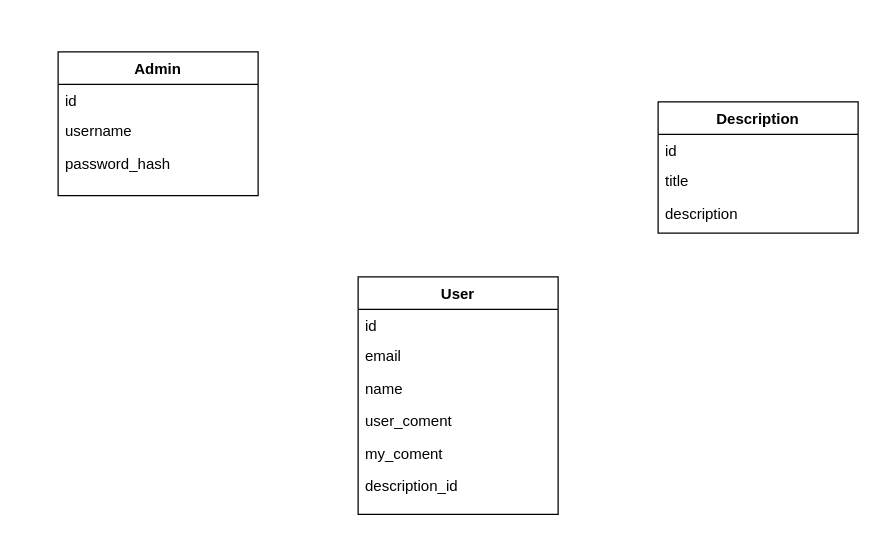
Before: Untitled Diagram.drawio in chikundant/AdminPanelFreelance, a draw.io diagram. Source tidied: cells renumbered, new cells numbered last; positions are measured from the earlier drawing's top-left corner, leaving out a move shared by most shapes. Both pictures are drawn from the tidied source at 125%, with x=0, y=0 at pixel (58, 51).
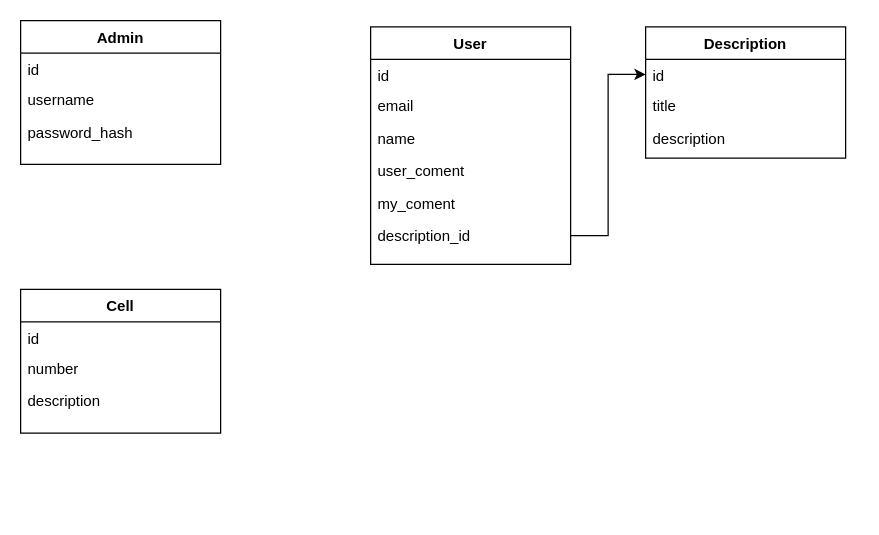
Above is the later version.

Unchanged cells that the change refers to:
```xml
<mxCell id="12" value="description_id" style="text;align=left;verticalAlign=top;spacingLeft=4;spacingRight=4;overflow=hidden;points=[[0,0.5],[1,0.5]];portConstraint=eastwest;" parent="6" vertex="1">
  <mxGeometry y="154" width="160" height="26" as="geometry" />
</mxCell>
<mxCell id="14" value="id" style="text;align=left;verticalAlign=top;spacingLeft=4;spacingRight=4;overflow=hidden;points=[[0,0.5],[1,0.5]];portConstraint=eastwest;" parent="13" vertex="1">
  <mxGeometry y="26" width="160" height="24" as="geometry" />
</mxCell>
```

Change to the diagram source:
```diff
@@
     <mxCell id="2" value="Admin" style="swimlane;fontStyle=1;align=center;verticalAlign=top;horizontal=1;startSize=26;rounded=0;shadow=0;strokeWidth=1;" parent="1" vertex="1">
-      <mxGeometry width="160" height="115" as="geometry" />
+      <mxGeometry x="-30" y="-25" width="160" height="115" as="geometry" />
     </mxCell>
@@
     <mxCell id="6" value="User" style="swimlane;fontStyle=1;align=center;verticalAlign=top;horizontal=1;startSize=26;rounded=0;shadow=0;strokeWidth=1;" parent="1" vertex="1">
-      <mxGeometry x="240" y="180" width="160" height="190" as="geometry" />
+      <mxGeometry x="250" y="-20" width="160" height="190" as="geometry" />
     </mxCell>
@@
     <mxCell id="13" value="Description" style="swimlane;fontStyle=1;align=center;verticalAlign=top;horizontal=1;startSize=26;rounded=0;shadow=0;strokeWidth=1;" parent="1" vertex="1">
-      <mxGeometry x="480" y="40" width="160" height="105" as="geometry" />
+      <mxGeometry x="470" y="-20" width="160" height="105" as="geometry" />
     </mxCell>
@@
+    <mxCell id="17" style="edgeStyle=orthogonalEdgeStyle;rounded=0;jettySize=auto;html=1;entryX=0;entryY=0.5;entryDx=0;entryDy=0;" parent="1" edge="1" source="12" target="14">
+      <mxGeometry relative="1" as="geometry" />
+    </mxCell>
+    <mxCell id="18" value="Cell" style="swimlane;fontStyle=1;align=center;verticalAlign=top;horizontal=1;startSize=26;rounded=0;shadow=0;strokeWidth=1;" parent="1" vertex="1">
+      <mxGeometry x="-30" y="190" width="160" height="115" as="geometry" />
+    </mxCell>
+    <mxCell id="19" value="id" style="text;align=left;verticalAlign=top;spacingLeft=4;spacingRight=4;overflow=hidden;" parent="18" vertex="1">
+      <mxGeometry y="26" width="160" height="24" as="geometry" />
+    </mxCell>
+    <mxCell id="20" value="number" style="text;align=left;verticalAlign=top;spacingLeft=4;spacingRight=4;overflow=hidden;" parent="18" vertex="1">
+      <mxGeometry y="50" width="160" height="26" as="geometry" />
+    </mxCell>
+    <mxCell id="21" value="description" style="text;align=left;verticalAlign=top;spacingLeft=4;spacingRight=4;overflow=hidden;" parent="18" vertex="1">
+      <mxGeometry y="76" width="160" height="26" as="geometry" />
+    </mxCell>
```
